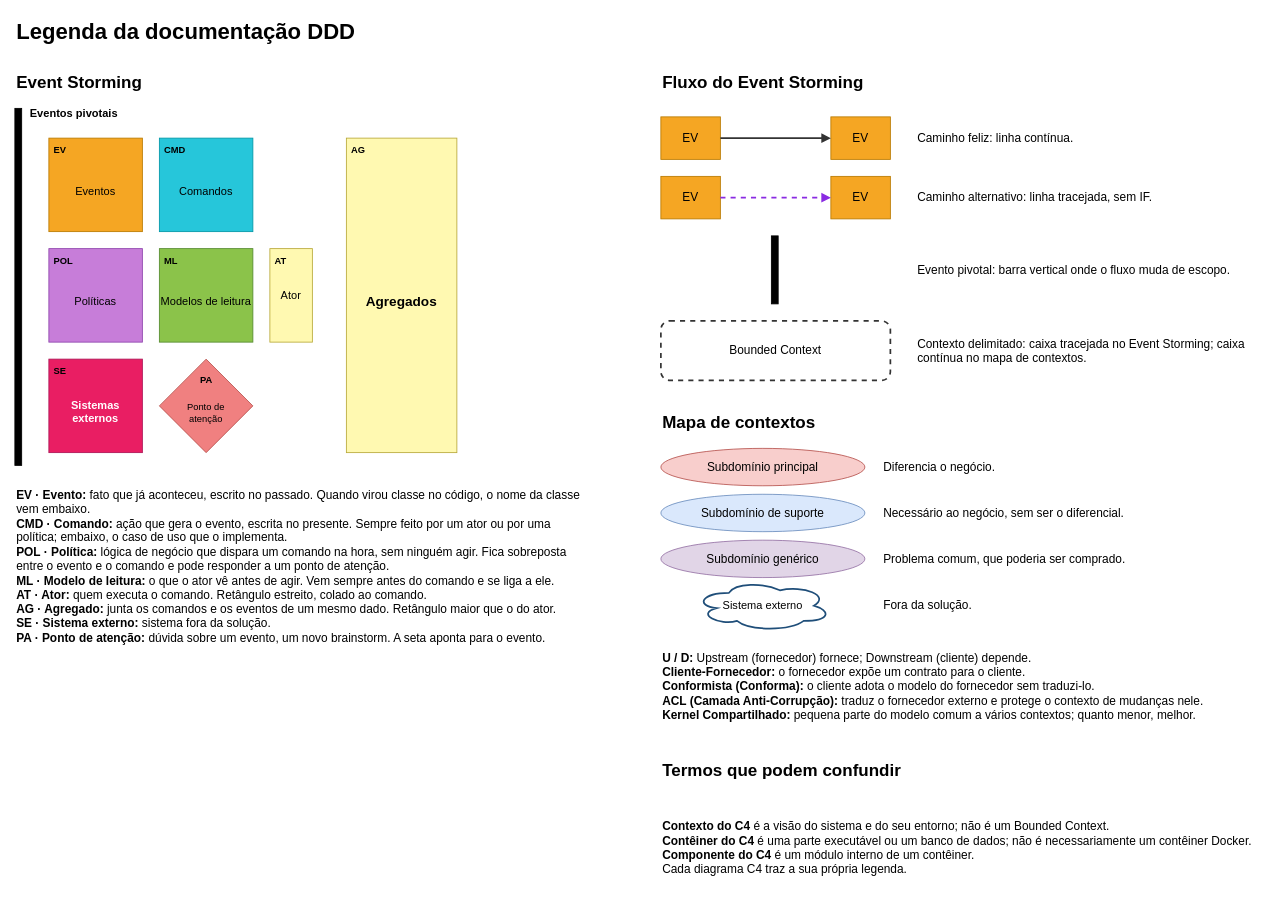
Before: page "Legenda" (2 of 11) of docs/ddd/workshop-ddd.drawio in ArkTech-LVW/workshop-service, a draw.io diagram. Source tidied: cells renumbered, new cells numbered last; positions are measured from the earlier drawing's top-left corner, leaving out a move shared by most shapes. Both pictures are drawn from the tidied source at 85%, with x=0, y=0 at pixel (14, 14).
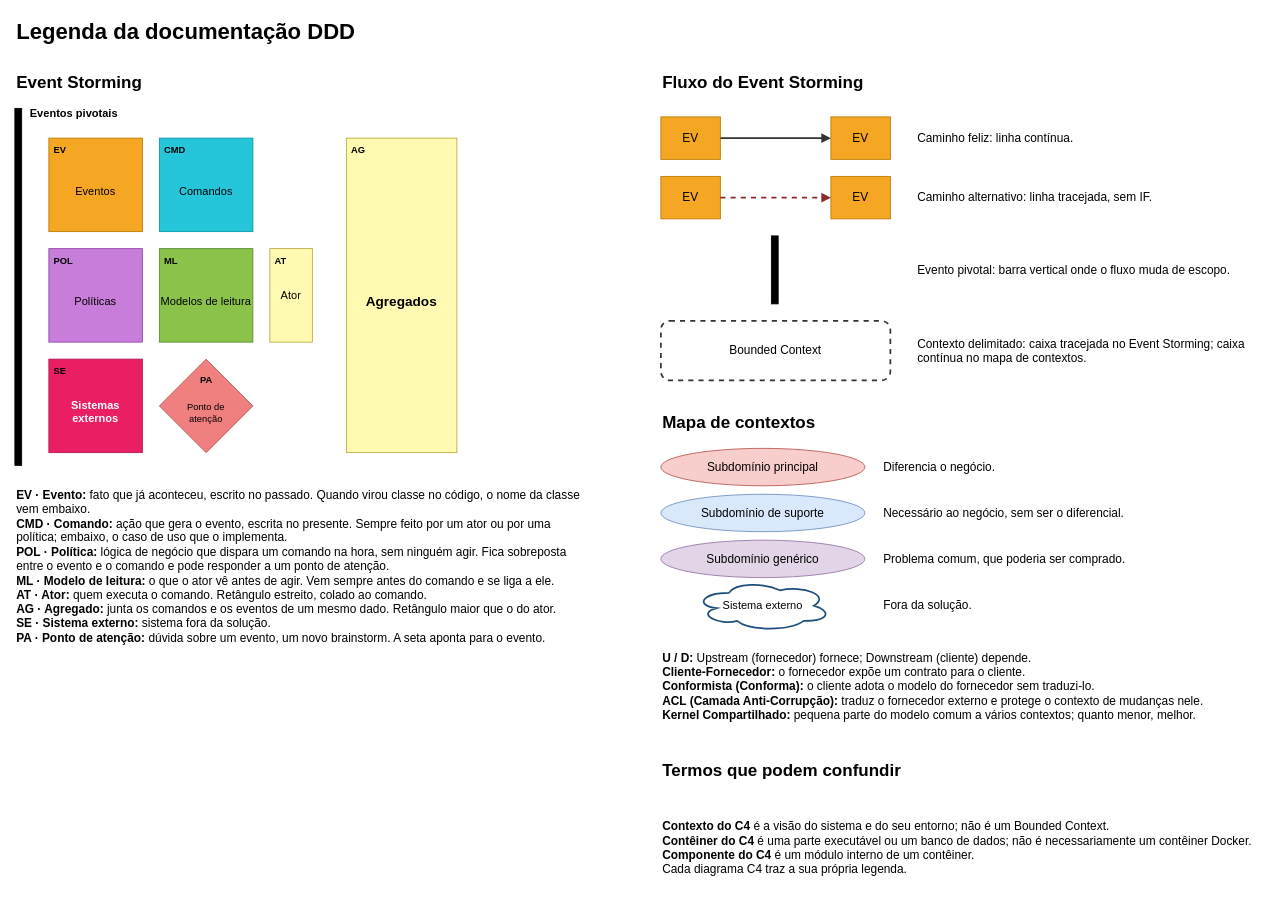
After the change.

Unchanged cells that the change refers to:
```xml
<mxCell id="28" value="EV" style="rounded=0;whiteSpace=wrap;html=1;fontSize=14;verticalAlign=middle;fillColor=#f5a623;strokeColor=#b97a00;" parent="1" vertex="1">
  <mxGeometry x="760" y="190" width="70" height="50" as="geometry" />
</mxCell>
<mxCell id="29" value="EV" style="rounded=0;whiteSpace=wrap;html=1;fontSize=14;verticalAlign=middle;fillColor=#f5a623;strokeColor=#b97a00;" parent="1" vertex="1">
  <mxGeometry x="960" y="190" width="70" height="50" as="geometry" />
</mxCell>
```

What changed in the source:
```diff
@@
-    <mxCell id="30" style="edgeStyle=none;rounded=0;html=1;endArrow=block;endFill=1;strokeWidth=2;fontSize=12;labelBackgroundColor=#ffffff;strokeColor=#8a2be2;dashed=1;" parent="1" edge="1" source="28" target="29">
+    <mxCell id="30" style="edgeStyle=none;rounded=0;html=1;endArrow=block;endFill=1;strokeWidth=2;fontSize=12;labelBackgroundColor=#ffffff;strokeColor=#8B2A2A;dashed=1;" parent="1" edge="1" source="28" target="29">
       <mxGeometry relative="1" as="geometry" />
     </mxCell>
```
